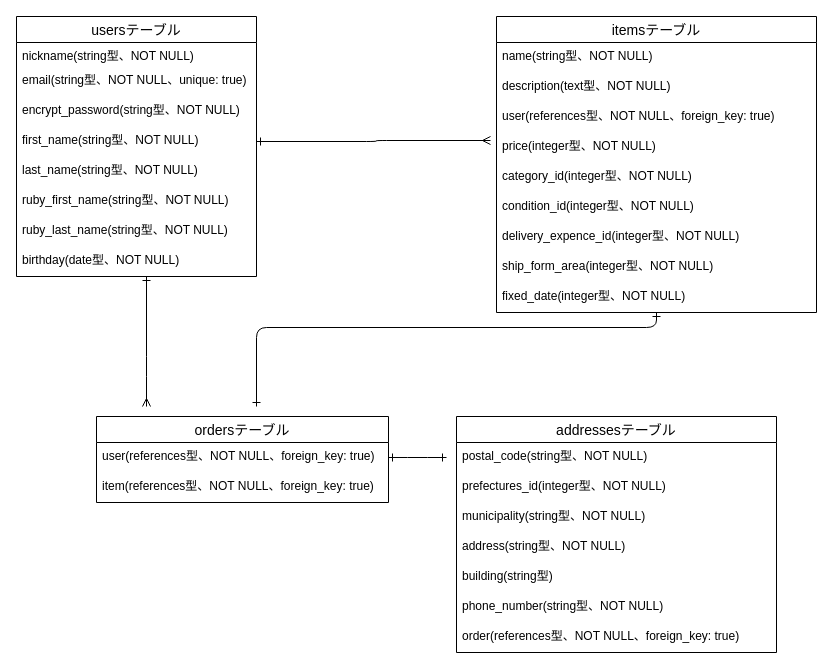
This is furima-35509.dio from techhomare/furima-35509, a draw.io file, before an edit. Source tidied: cells renumbered, new cells numbered last; positions are measured from the earlier drawing's top-left corner, leaving out a move shared by most shapes. Both pictures are drawn from the tidied source at 100%, with x=0, y=0 at pixel (16, 16).
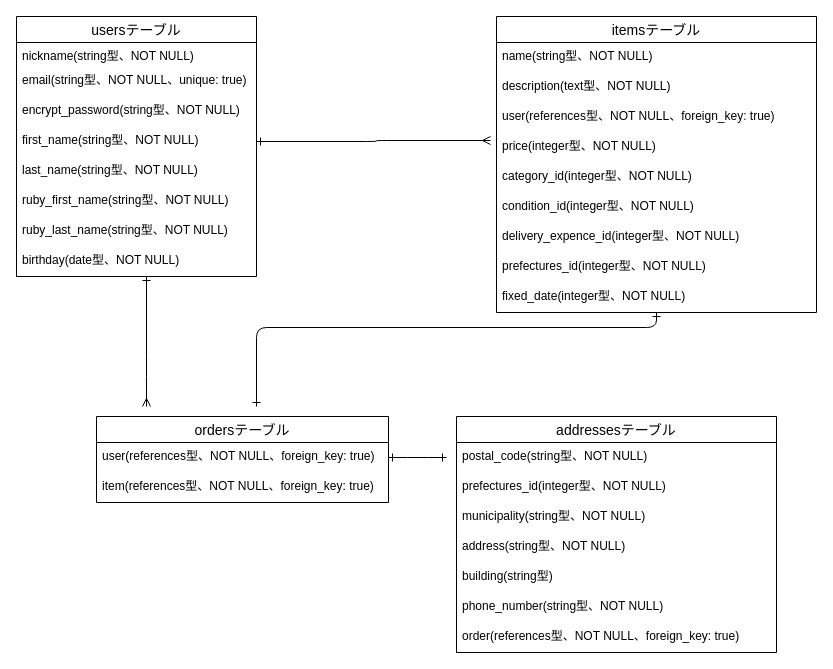
The same page after the edit.

Commit message (it also covers changes not shown here):
データベース設計の修正３

The change refers to these unchanged cells:
```xml
<mxCell id="12" value="itemsテーブル" style="swimlane;fontStyle=0;horizontal=1;startSize=26;align=center;fontSize=14;" parent="1" vertex="1">
  <mxGeometry x="480" width="320" height="296" as="geometry" />
</mxCell>
```

Change to the diagram source:
```diff
@@
-    <mxCell id="20" value="ship_form_area(integer型、NOT NULL)" style="text;strokeColor=none;fillColor=none;spacingLeft=4;spacingRight=4;overflow=hidden;fontSize=12;" parent="12" vertex="1">
+    <mxCell id="20" value="prefectures_id(integer型、NOT NULL)" style="text;strokeColor=none;fillColor=none;spacingLeft=4;spacingRight=4;overflow=hidden;fontSize=12;" parent="12" vertex="1">
       <mxGeometry y="236" width="320" height="30" as="geometry" />
     </mxCell>
```
